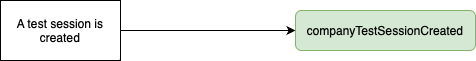
Above: docs/images/client-events.png in CodeSignal/developer-docs (draw.io), before the change. Source tidied: cells renumbered, new cells last; positions are measured from the earlier drawing's top-left corner, leaving out a move shared by most shapes.
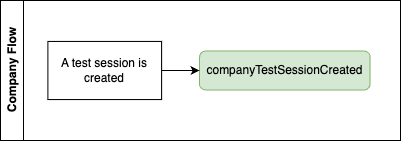
The same diagram one commit later.

What changed in the source:
```diff
@@ -2,14 +2,17 @@
   <root>
     <mxCell id="0" />
     <mxCell id="1" parent="0" />
-    <mxCell id="2" style="edgeStyle=orthogonalEdgeStyle;rounded=0;jettySize=auto;html=1;exitX=1;exitY=0.5;exitDx=0;exitDy=0;entryX=0;entryY=0.5;entryDx=0;entryDy=0;" parent="1" edge="1" source="4" target="3">
-      <mxGeometry relative="1" as="geometry" />
+    <mxCell id="2" value="Company Flow" style="swimlane;horizontal=0;whiteSpace=wrap;html=1;" parent="1" vertex="1">
+      <mxGeometry x="-165" y="-1130" width="400" height="140" as="geometry" />
     </mxCell>
-    <mxCell id="3" value="companyTestSessionCreated" style="rounded=1;whiteSpace=wrap;html=1;fillColor=#d5e8d4;strokeColor=#82b366;" parent="1" vertex="1">
-      <mxGeometry x="295" y="10" width="180" height="40" as="geometry" />
+    <mxCell id="3" value="A test session is created" style="rounded=0;whiteSpace=wrap;html=1;" parent="2" vertex="1">
+      <mxGeometry x="47.4" y="40.9" width="113.7" height="58.1" as="geometry" />
     </mxCell>
-    <mxCell id="4" value="A test session is created" style="rounded=0;whiteSpace=wrap;html=1;" parent="1" vertex="1">
-      <mxGeometry width="120" height="60" as="geometry" />
+    <mxCell id="4" value="companyTestSessionCreated" style="rounded=1;whiteSpace=wrap;html=1;fillColor=#d5e8d4;strokeColor=#82b366;" parent="2" vertex="1">
+      <mxGeometry x="199" y="50.6" width="170.6" height="38.8" as="geometry" />
     </mxCell>
+    <mxCell id="5" style="edgeStyle=orthogonalEdgeStyle;rounded=0;jettySize=auto;html=1;exitX=1;exitY=0.5;exitDx=0;exitDy=0;entryX=0;entryY=0.5;entryDx=0;entryDy=0;" parent="2" edge="1" source="3" target="4">
+      <mxGeometry relative="1" as="geometry" />
+    </mxCell>
   </root>
 </mxGraphModel>
```
